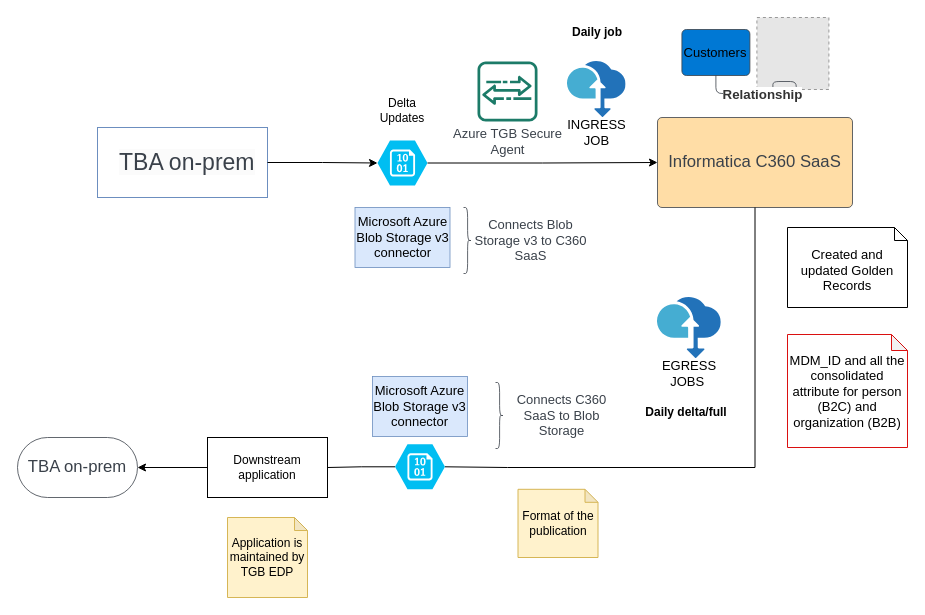
This is page "option-1" (1 of 3) of tbul.drawio from biswarup81/drawings, a draw.io file, before an edit. Source tidied: cells renumbered, new cells numbered last; positions are measured from the earlier drawing's top-left corner, leaving out a move shared by most shapes. Both pictures are drawn from the tidied source at 100%, with x=0, y=0 at pixel (17, 17). Pictures stored in the file or linked from it are replaced by grey dashed boxes.
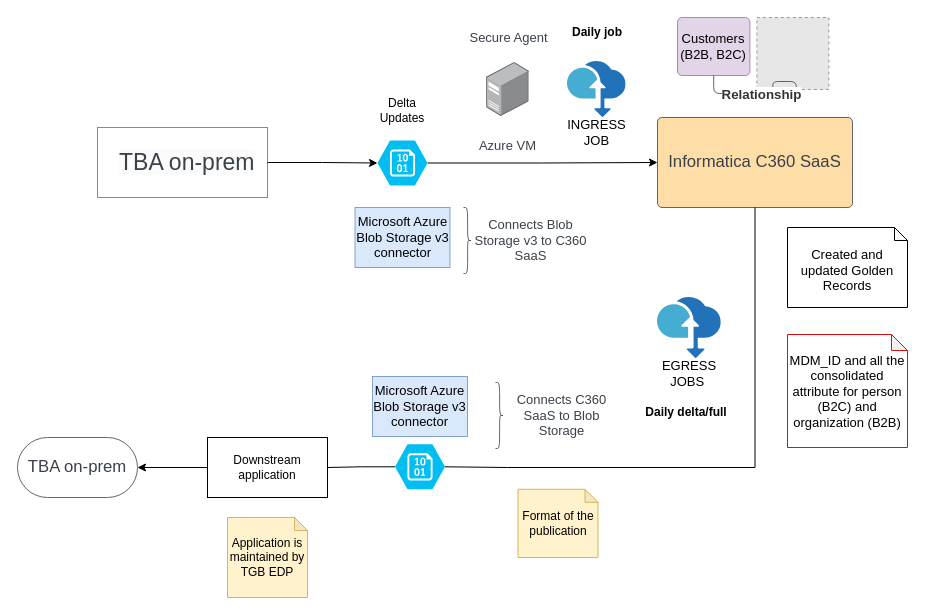
The same diagram, later.

Change to the diagram source:
```diff
@@
-    <mxCell id="5" style="html=1;overflow=block;blockSpacing=1;whiteSpace=wrap;shape=mxgraph.aws4.agent2;labelPosition=center;verticalLabelPosition=bottom;align=center;verticalAlign=top;fontSize=15;fontColor=#3a414a;spacing=0;strokeColor=#3a414a;strokeOpacity=100;rounded=1;absoluteArcSize=1;arcSize=9;fillColor=#1c7b68;strokeWidth=0.8;lucidId=bUlvb7MhZSi5;" parent="1" vertex="1">
-      <mxGeometry x="460" y="44" width="60" height="60" as="geometry" />
-    </mxCell>
@@
-    <mxCell id="11" value="Customers" style="html=1;overflow=block;blockSpacing=1;whiteSpace=wrap;fontSize=13;spacing=0;strokeColor=#3a414a;strokeOpacity=100;rounded=1;absoluteArcSize=1;arcSize=9;fillColor=#0078d4;strokeWidth=0.8;lucidId=Y6fv7KWgEG-H;" parent="1" vertex="1">
-      <mxGeometry x="664.4" y="12" width="68" height="46" as="geometry" />
+    <mxCell id="11" value="Customers&lt;div&gt;(B2B,&amp;nbsp;&lt;span style=&quot;background-color: initial;&quot;&gt;B2C)&lt;/span&gt;&lt;/div&gt;" style="html=1;overflow=block;blockSpacing=1;whiteSpace=wrap;fontSize=13;spacing=0;strokeColor=#9673a6;strokeOpacity=100;rounded=1;absoluteArcSize=1;arcSize=9;fillColor=#e1d5e7;strokeWidth=0.8;lucidId=Y6fv7KWgEG-H;" parent="1" vertex="1">
+      <mxGeometry x="660" width="72.4" height="58" as="geometry" />
     </mxCell>
@@
-    <mxCell id="27" value="Azure TGB Secure Agent" style="strokeColor=none;fillColor=none;whiteSpace=wrap;fontSize=13;fontColor=#3a414a;spacing=3.8;strokeOpacity=100;rounded=1;absoluteArcSize=1;arcSize=9;strokeWidth=0.8;" parent="1" vertex="1">
-      <mxGeometry x="432" y="104" width="116.8" height="40" as="geometry" />
+    <mxCell id="27" value="Secure Agent" style="strokeColor=none;fillColor=none;whiteSpace=wrap;fontSize=13;fontColor=#3a414a;spacing=3.8;strokeOpacity=100;rounded=1;absoluteArcSize=1;arcSize=9;strokeWidth=0.8;" parent="1" vertex="1">
+      <mxGeometry x="433.2" width="116.8" height="40" as="geometry" />
     </mxCell>
@@
+    <mxCell id="37" value="Azure VM" style="strokeColor=none;fillColor=none;whiteSpace=wrap;fontSize=13;fontColor=#3a414a;spacing=3.8;strokeOpacity=100;rounded=1;absoluteArcSize=1;arcSize=9;strokeWidth=0.8;" parent="1" vertex="1">
+      <mxGeometry x="431.5" y="108" width="116.8" height="40" as="geometry" />
+    </mxCell>
+    <mxCell id="38" style="image;html=1;align=center;shadow=0;dashed=0;image=img/lib/allied_telesis/computer_and_terminals/Server_Desktop.svg;" parent="1" vertex="1">
+      <mxGeometry x="469.1" y="45" width="42.6" height="54" as="geometry" />
+    </mxCell>
```
